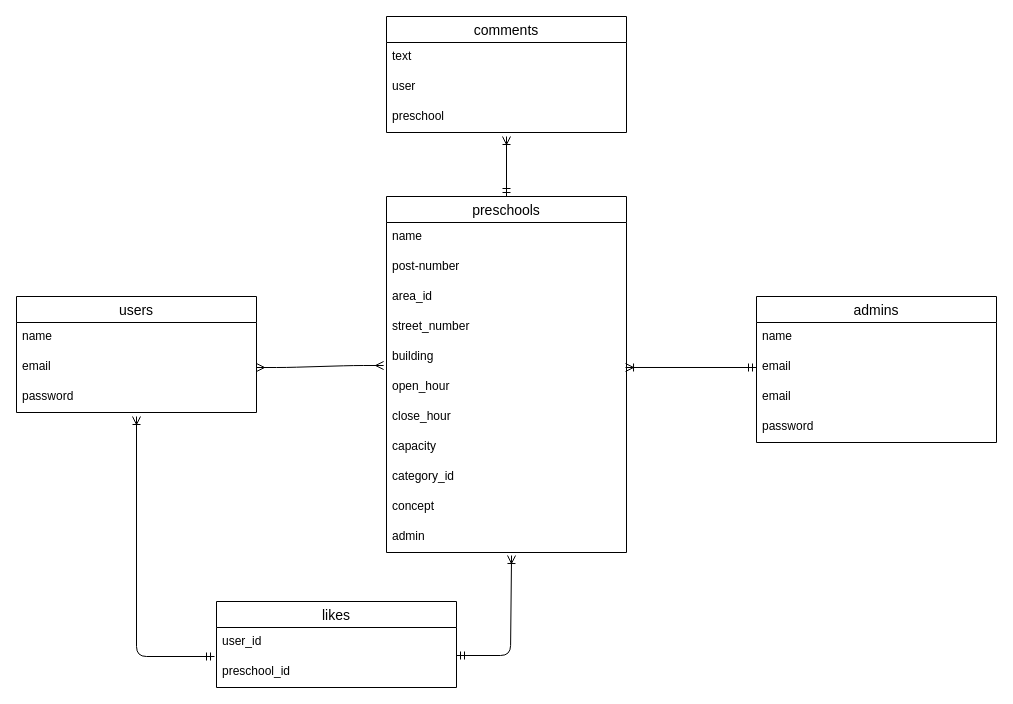
Before: preschool-match.dio in kamada-maki/preschool-match-app, a draw.io diagram. Source tidied: cells renumbered, new cells numbered last; positions are measured from the earlier drawing's top-left corner, leaving out a move shared by most shapes. Both pictures are drawn from the tidied source at 100%, with x=0, y=0 at pixel (16, 16).
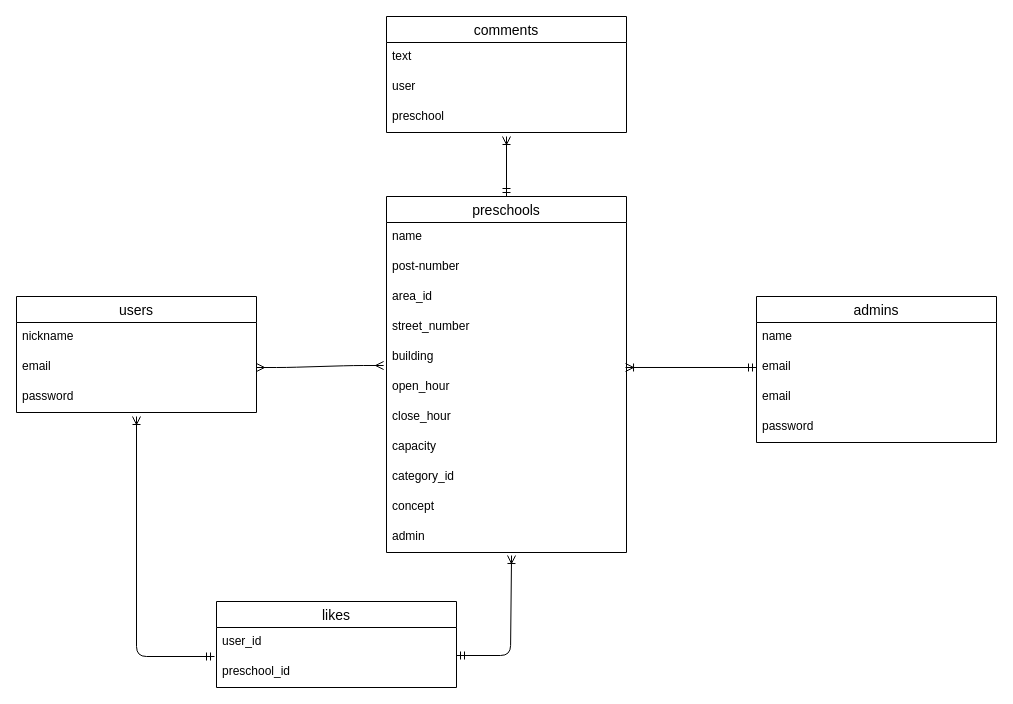
The same page after the edit.

Unchanged cells that the change refers to:
```xml
<mxCell id="2" value="users" style="swimlane;fontStyle=0;horizontal=1;startSize=26;align=center;fontSize=14;" parent="1" vertex="1">
  <mxGeometry y="280" width="240" height="116" as="geometry" />
</mxCell>
```

What changed in the source:
```diff
@@
-    <mxCell id="3" value="name" style="text;strokeColor=none;fillColor=none;spacingLeft=4;spacingRight=4;overflow=hidden;fontSize=12;" parent="2" vertex="1">
+    <mxCell id="3" value="nickname" style="text;strokeColor=none;fillColor=none;spacingLeft=4;spacingRight=4;overflow=hidden;fontSize=12;" parent="2" vertex="1">
       <mxGeometry y="26" width="240" height="30" as="geometry" />
     </mxCell>
```
